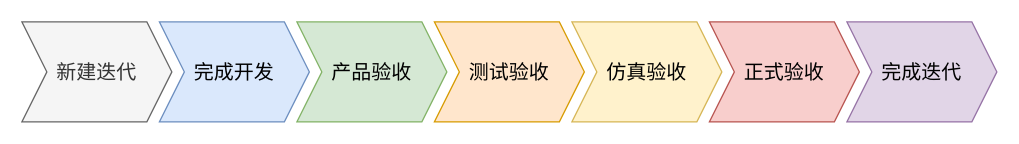
Before: 版本控制.drawio in tangyaosimida/love, a draw.io diagram. Source tidied: cells renumbered, new cells numbered last; positions are measured from the earlier drawing's top-left corner, leaving out a move shared by most shapes. Both pictures are drawn from the tidied source at 125%, with x=0, y=0 at pixel (21, 21).
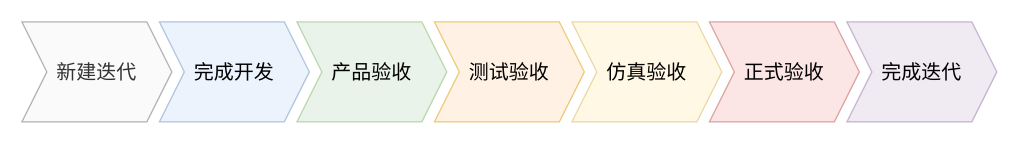
Above is the later version.

Commit message (it also covers changes not shown here):
更新版本控制.drawio

The edit, as a diff of the source:
```diff
@@
 <mxGraphModel>
   <root>
     <mxCell id="0" />
     <mxCell id="1" parent="0" />
-    <mxCell id="2" value="&lt;font style=&quot;font-size: 16px;&quot;&gt;新建迭代&lt;/font&gt;" style="shape=step;perimeter=stepPerimeter;whiteSpace=wrap;html=1;fixedSize=1;fillColor=#f5f5f5;fontColor=#333333;strokeColor=#666666;" parent="1" vertex="1">
+    <mxCell id="2" value="&lt;font style=&quot;font-size: 16px;&quot;&gt;新建迭代&lt;/font&gt;" style="shape=step;perimeter=stepPerimeter;whiteSpace=wrap;html=1;fixedSize=1;fillColor=#f5f5f5;fontColor=#333333;strokeColor=#666666;opacity=50;" parent="1" vertex="1">
       <mxGeometry width="120" height="80" as="geometry" />
     </mxCell>
-    <mxCell id="3" value="&lt;font style=&quot;font-size: 16px;&quot;&gt;完成开发&lt;/font&gt;" style="shape=step;perimeter=stepPerimeter;whiteSpace=wrap;html=1;fixedSize=1;fillColor=#dae8fc;strokeColor=#6c8ebf;" parent="1" vertex="1">
+    <mxCell id="3" value="&lt;font style=&quot;font-size: 16px;&quot;&gt;完成开发&lt;/font&gt;" style="shape=step;perimeter=stepPerimeter;whiteSpace=wrap;html=1;fixedSize=1;fillColor=#dae8fc;strokeColor=#6c8ebf;opacity=50;" parent="1" vertex="1">
       <mxGeometry x="110" width="120" height="80" as="geometry" />
     </mxCell>
-    <mxCell id="4" value="&lt;span style=&quot;font-size: 16px;&quot;&gt;产品验收&lt;/span&gt;" style="shape=step;perimeter=stepPerimeter;whiteSpace=wrap;html=1;fixedSize=1;fillColor=#d5e8d4;strokeColor=#82b366;" parent="1" vertex="1">
+    <mxCell id="4" value="&lt;span style=&quot;font-size: 16px;&quot;&gt;产品验收&lt;/span&gt;" style="shape=step;perimeter=stepPerimeter;whiteSpace=wrap;html=1;fixedSize=1;fillColor=#d5e8d4;strokeColor=#82b366;opacity=50;" parent="1" vertex="1">
       <mxGeometry x="220" width="120" height="80" as="geometry" />
     </mxCell>
-    <mxCell id="5" value="&lt;span style=&quot;font-size: 16px;&quot;&gt;测试验收&lt;/span&gt;" style="shape=step;perimeter=stepPerimeter;whiteSpace=wrap;html=1;fixedSize=1;fillColor=#ffe6cc;strokeColor=#d79b00;" parent="1" vertex="1">
+    <mxCell id="5" value="&lt;span style=&quot;font-size: 16px;&quot;&gt;测试验收&lt;/span&gt;" style="shape=step;perimeter=stepPerimeter;whiteSpace=wrap;html=1;fixedSize=1;fillColor=#ffe6cc;strokeColor=#d79b00;opacity=50;" parent="1" vertex="1">
       <mxGeometry x="330" width="120" height="80" as="geometry" />
     </mxCell>
-    <mxCell id="6" value="&lt;font style=&quot;font-size: 16px;&quot;&gt;正式验收&lt;/font&gt;" style="shape=step;perimeter=stepPerimeter;whiteSpace=wrap;html=1;fixedSize=1;fillColor=#f8cecc;strokeColor=#b85450;" parent="1" vertex="1">
+    <mxCell id="6" value="&lt;font style=&quot;font-size: 16px;&quot;&gt;正式验收&lt;/font&gt;" style="shape=step;perimeter=stepPerimeter;whiteSpace=wrap;html=1;fixedSize=1;fillColor=#f8cecc;strokeColor=#b85450;opacity=50;" parent="1" vertex="1">
       <mxGeometry x="550" width="120" height="80" as="geometry" />
     </mxCell>
-    <mxCell id="7" value="&lt;font style=&quot;font-size: 16px;&quot;&gt;完成迭代&lt;/font&gt;" style="shape=step;perimeter=stepPerimeter;whiteSpace=wrap;html=1;fixedSize=1;fillColor=#e1d5e7;strokeColor=#9673a6;" parent="1" vertex="1">
+    <mxCell id="7" value="&lt;font style=&quot;font-size: 16px;&quot;&gt;完成迭代&lt;/font&gt;" style="shape=step;perimeter=stepPerimeter;whiteSpace=wrap;html=1;fixedSize=1;fillColor=#e1d5e7;strokeColor=#9673a6;opacity=50;" parent="1" vertex="1">
       <mxGeometry x="660" width="120" height="80" as="geometry" />
     </mxCell>
-    <mxCell id="8" value="&lt;span style=&quot;font-size: 16px;&quot;&gt;仿真验收&lt;/span&gt;" style="shape=step;perimeter=stepPerimeter;whiteSpace=wrap;html=1;fixedSize=1;fillColor=#fff2cc;strokeColor=#d6b656;" parent="1" vertex="1">
+    <mxCell id="8" value="&lt;span style=&quot;font-size: 16px;&quot;&gt;仿真验收&lt;/span&gt;" style="shape=step;perimeter=stepPerimeter;whiteSpace=wrap;html=1;fixedSize=1;fillColor=#fff2cc;strokeColor=#d6b656;opacity=50;" parent="1" vertex="1">
       <mxGeometry x="440" width="120" height="80" as="geometry" />
     </mxCell>
   </root>
 </mxGraphModel>
```
